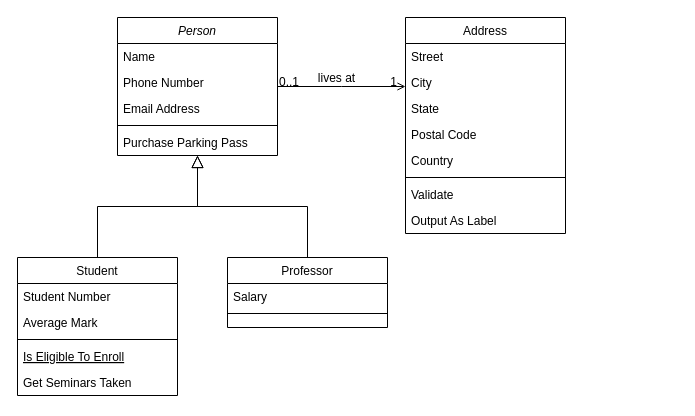
Ben-Pfirsich/Diagramme keeps this draw.io diagram as Untitled Diagram.drawio. Above is the earlier version. Source tidied: cells renumbered, new cells numbered last; positions are measured from the earlier drawing's top-left corner, leaving out a move shared by most shapes. Both pictures are drawn from the tidied source at 100%, with x=0, y=0 at pixel (17, 17).
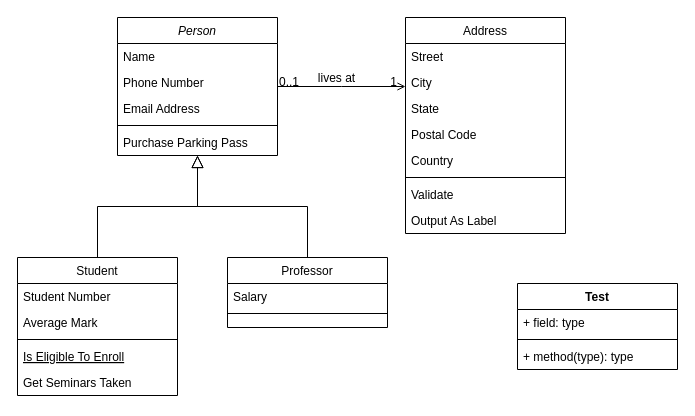
The same page after the edit.

The edit, as a diff of the source:
```diff
@@
+    <mxCell id="32" value="Test" style="swimlane;fontStyle=1;align=center;verticalAlign=top;horizontal=1;startSize=26;" parent="1" vertex="1">
+      <mxGeometry x="500" y="266" width="160" height="86" as="geometry" />
+    </mxCell>
+    <mxCell id="33" value="+ field: type" style="text;strokeColor=none;fillColor=none;align=left;verticalAlign=top;spacingLeft=4;spacingRight=4;overflow=hidden;" parent="32" vertex="1">
+      <mxGeometry y="26" width="160" height="26" as="geometry" />
+    </mxCell>
+    <mxCell id="34" style="line;strokeWidth=1;fillColor=none;align=left;verticalAlign=middle;spacingTop=-1;spacingLeft=3;spacingRight=3;labelPosition=right;" parent="32" vertex="1">
+      <mxGeometry y="52" width="160" height="8" as="geometry" />
+    </mxCell>
+    <mxCell id="35" value="+ method(type): type" style="text;strokeColor=none;fillColor=none;align=left;verticalAlign=top;spacingLeft=4;spacingRight=4;overflow=hidden;" parent="32" vertex="1">
+      <mxGeometry y="60" width="160" height="26" as="geometry" />
+    </mxCell>
```
